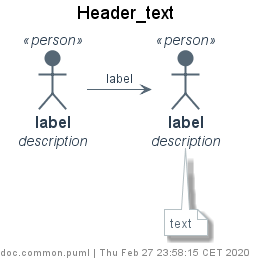
The PlantUML diagram example/diagrams/doc.common.png in N0N4M3pl/plantuml-C4, before a commit. Its diagram source:
```plantuml
@startuml doc.common





skinparam defaultTextAlignment center
skinparam wrapWidth 200
skinparam maxMessageSize 150



















skinparam Note {
    FontColor #566775
    BackgroundColor white
    BorderColor #b6c1c5
}


skinparam actor<<person>> {
    StereotypeFontColor #2c3e50
    FontColor #2c3e50
    BackgroundColor #566775
    BorderColor #566775
    Shadowing false
}

skinparam Arrow {
    FontColor #2c3e50
    Color #566775
    FontSize 12
}



title Header_text

top to bottom direction


actor "==label\n //description//" <<person>> as Person_alias_1
actor "==label\n //description//" <<person>> as Person_alias_2


Person_alias_1 -RIGHT-> Person_alias_2 : "label"

note bottom of Person_alias_2 : text


left footer doc.common.puml | Thu Feb 27 23:58:15 CET 2020

@enduml
```
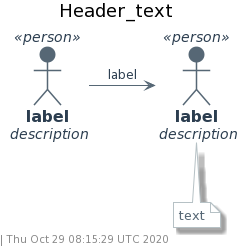
After the change.

The edit, as a diff of the source:
```diff
@@ -1,68 +1,55 @@
-@startuml doc.common
+@startuml
+!include https://raw.githubusercontent.com/N0N4M3pl/plantuml-C4/master/src/style.puml
 
 
+!definelong Header(text)
+title text
+!enddefinelong
 
+!definelong Footer()
+left footer %filename() | %date()
+!enddefinelong
 
-
-skinparam defaultTextAlignment center
-skinparam wrapWidth 200
-skinparam maxMessageSize 150
-
-
-
-
-
-
-
-
-
-
-
-
-
-
-
-
-
-
-
+!define Note(alias, text, side="right") note side of alias : text
 skinparam Note {
-    FontColor #566775
+    FontColor COLOR_GRAY_4
     BackgroundColor white
-    BorderColor #b6c1c5
+    BorderColor COLOR_GRAY_2
 }
 
 
+!define Person(alias, label, description=" ") actor "==label\n //description//" <<person>> as alias
 skinparam actor<<person>> {
-    StereotypeFontColor #2c3e50
-    FontColor #2c3e50
-    BackgroundColor #566775
-    BorderColor #566775
+    StereotypeFontColor COLOR_FONT_DARK
+    FontColor COLOR_FONT_DARK
+    BackgroundColor COLOR_PERSON_BG
+    BorderColor COLOR_PERSON_BD
     Shadowing false
 }
 
+!define Relation(fromAlias, toAlias, direction="--", label="") fromAlias direction toAlias : "label"
 skinparam Arrow {
-    FontColor #2c3e50
-    Color #566775
+    FontColor COLOR_FONT_DARK
+    Color COLOR_RELATION
     FontSize 12
+    PathHoverColor COLOR_RED_1
 }
 
 
 
-title Header_text
+Header("Header_text")
 
-top to bottom direction
+LAYOUT_TOP_DOWN
 
 
-actor "==label\n //description//" <<person>> as Person_alias_1
-actor "==label\n //description//" <<person>> as Person_alias_2
+Person(Person_alias_1, "label", "description")
+Person(Person_alias_2, "label", "description")
 
 
-Person_alias_1 -RIGHT-> Person_alias_2 : "label"
+Relation(Person_alias_1, Person_alias_2, "-RIGHT->", "label")
 
-note bottom of Person_alias_2 : text
+Note(Person_alias_2, "text", "bottom")
 
 
-left footer doc.common.puml | Thu Feb 27 23:58:15 CET 2020
-
+Footer()
 @enduml
```
